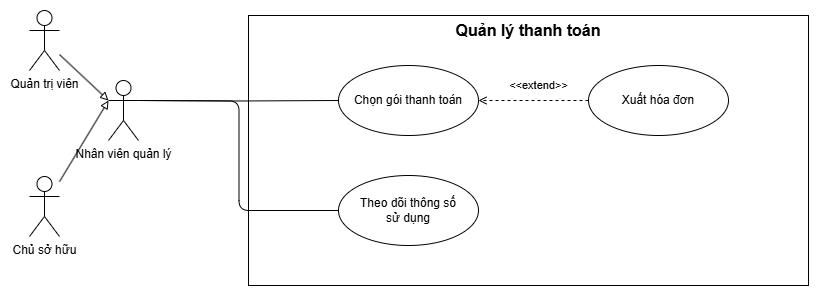
This is Dg_UC/quanlythanhtoan.png from DavidNguyen2212/DACN-TN_Chatbot_for_Enterprise, a draw.io export, as it was before one commit. Source tidied: cells renumbered, new cells last; positions are measured from the earlier drawing's top-left corner, leaving out a move shared by most shapes. Its diagram source:
```xml
<mxGraphModel>
  <root>
    <mxCell id="0" />
    <mxCell id="1" parent="0" />
    <mxCell id="2" style="rounded=0;whiteSpace=wrap;html=1;" parent="1" vertex="1">
      <mxGeometry x="219" y="5" width="560" height="270" as="geometry" />
    </mxCell>
    <mxCell id="3" style="edgeStyle=orthogonalEdgeStyle;rounded=1;jettySize=auto;html=1;entryX=0;entryY=0.5;entryDx=0;entryDy=0;endArrow=none;endFill=0;curved=0;" parent="1" edge="1" target="6">
      <mxGeometry relative="1" as="geometry">
        <mxPoint x="109" y="90" as="sourcePoint" />
      </mxGeometry>
    </mxCell>
    <mxCell id="4" style="edgeStyle=orthogonalEdgeStyle;rounded=1;jettySize=auto;html=1;entryX=0;entryY=0.5;entryDx=0;entryDy=0;endArrow=none;endFill=0;curved=0;" parent="1" edge="1" target="9">
      <mxGeometry relative="1" as="geometry">
        <mxPoint x="109" y="90" as="sourcePoint" />
      </mxGeometry>
    </mxCell>
    <mxCell id="5" value="&lt;span style=&quot;font-size: 16px;&quot;&gt;&lt;b&gt;Quản lý thanh toán&lt;/b&gt;&lt;/span&gt;" style="text;html=1;align=center;verticalAlign=middle;whiteSpace=wrap;rounded=0;" parent="1" vertex="1">
      <mxGeometry x="359" y="5" width="280" height="30" as="geometry" />
    </mxCell>
    <mxCell id="6" value="Chọn gói thanh toán" style="ellipse;whiteSpace=wrap;html=1;" parent="1" vertex="1">
      <mxGeometry x="309" y="55" width="140" height="70" as="geometry" />
    </mxCell>
    <mxCell id="7" value="&amp;lt;&amp;lt;extend&amp;gt;&amp;gt;" style="edgeStyle=orthogonalEdgeStyle;rounded=0;jettySize=auto;html=1;entryX=1;entryY=0.5;entryDx=0;entryDy=0;endArrow=open;endFill=0;dashed=1;" parent="1" edge="1" source="8" target="6">
      <mxGeometry x="-0.09" y="-15" relative="1" as="geometry" />
    </mxCell>
    <mxCell id="8" value="Xuất hóa đơn" style="ellipse;whiteSpace=wrap;html=1;" parent="1" vertex="1">
      <mxGeometry x="559" y="55" width="140" height="70" as="geometry" />
    </mxCell>
    <mxCell id="9" value="Theo dõi thông số&lt;div&gt;sử dụng&lt;/div&gt;" style="ellipse;whiteSpace=wrap;html=1;" parent="1" vertex="1">
      <mxGeometry x="309" y="165" width="140" height="70" as="geometry" />
    </mxCell>
    <mxCell id="10" value="Nhân viên quản lý" style="shape=umlActor;verticalLabelPosition=bottom;verticalAlign=top;html=1;outlineConnect=0;" parent="1" vertex="1">
      <mxGeometry x="79" y="70" width="30" height="60" as="geometry" />
    </mxCell>
    <mxCell id="11" value="Quản trị viên" style="shape=umlActor;verticalLabelPosition=bottom;verticalAlign=top;html=1;outlineConnect=0;" parent="1" vertex="1">
      <mxGeometry width="30" height="60" as="geometry" />
    </mxCell>
    <mxCell id="12" value="Chủ sở hữu" style="shape=umlActor;verticalLabelPosition=bottom;verticalAlign=top;html=1;outlineConnect=0;" parent="1" vertex="1">
      <mxGeometry y="166" width="30" height="60" as="geometry" />
    </mxCell>
    <mxCell id="13" style="rounded=0;jettySize=auto;html=1;entryX=0;entryY=0.3333333333333333;entryDx=0;entryDy=0;entryPerimeter=0;endArrow=block;endFill=0;" parent="1" edge="1" source="11" target="10">
      <mxGeometry relative="1" as="geometry" />
    </mxCell>
    <mxCell id="14" style="rounded=0;jettySize=auto;html=1;entryX=0;entryY=0.3333333333333333;entryDx=0;entryDy=0;entryPerimeter=0;endArrow=block;endFill=0;" parent="1" edge="1" source="12" target="10">
      <mxGeometry relative="1" as="geometry" />
    </mxCell>
  </root>
</mxGraphModel>
```
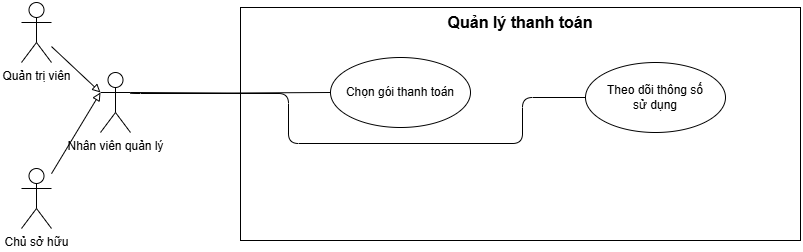
The same diagram one commit later.

The edit, as a diff of the source:
```diff
@@ -3,7 +3,7 @@
     <mxCell id="0" />
     <mxCell id="1" parent="0" />
     <mxCell id="2" style="rounded=0;whiteSpace=wrap;html=1;" parent="1" vertex="1">
-      <mxGeometry x="219" y="5" width="560" height="270" as="geometry" />
+      <mxGeometry x="219" y="5" width="560" height="233" as="geometry" />
     </mxCell>
     <mxCell id="3" style="edgeStyle=orthogonalEdgeStyle;rounded=1;jettySize=auto;html=1;entryX=0;entryY=0.5;entryDx=0;entryDy=0;endArrow=none;endFill=0;curved=0;" parent="1" edge="1" target="6">
       <mxGeometry relative="1" as="geometry">
@@ -13,6 +13,13 @@
     <mxCell id="4" style="edgeStyle=orthogonalEdgeStyle;rounded=1;jettySize=auto;html=1;entryX=0;entryY=0.5;entryDx=0;entryDy=0;endArrow=none;endFill=0;curved=0;" parent="1" edge="1" target="9">
       <mxGeometry relative="1" as="geometry">
         <mxPoint x="109" y="90" as="sourcePoint" />
+        <Array as="points">
+          <mxPoint x="109" y="91" />
+          <mxPoint x="267" y="91" />
+          <mxPoint x="267" y="141" />
+          <mxPoint x="501" y="141" />
+          <mxPoint x="501" y="95" />
+        </Array>
       </mxGeometry>
     </mxCell>
     <mxCell id="5" value="&lt;span style=&quot;font-size: 16px;&quot;&gt;&lt;b&gt;Quản lý thanh toán&lt;/b&gt;&lt;/span&gt;" style="text;html=1;align=center;verticalAlign=middle;whiteSpace=wrap;rounded=0;" parent="1" vertex="1">
@@ -21,14 +28,8 @@
     <mxCell id="6" value="Chọn gói thanh toán" style="ellipse;whiteSpace=wrap;html=1;" parent="1" vertex="1">
       <mxGeometry x="309" y="55" width="140" height="70" as="geometry" />
     </mxCell>
-    <mxCell id="7" value="&amp;lt;&amp;lt;extend&amp;gt;&amp;gt;" style="edgeStyle=orthogonalEdgeStyle;rounded=0;jettySize=auto;html=1;entryX=1;entryY=0.5;entryDx=0;entryDy=0;endArrow=open;endFill=0;dashed=1;" parent="1" edge="1" source="8" target="6">
-      <mxGeometry x="-0.09" y="-15" relative="1" as="geometry" />
-    </mxCell>
-    <mxCell id="8" value="Xuất hóa đơn" style="ellipse;whiteSpace=wrap;html=1;" parent="1" vertex="1">
-      <mxGeometry x="559" y="55" width="140" height="70" as="geometry" />
-    </mxCell>
     <mxCell id="9" value="Theo dõi thông số&lt;div&gt;sử dụng&lt;/div&gt;" style="ellipse;whiteSpace=wrap;html=1;" parent="1" vertex="1">
-      <mxGeometry x="309" y="165" width="140" height="70" as="geometry" />
+      <mxGeometry x="564" y="60" width="140" height="70" as="geometry" />
     </mxCell>
     <mxCell id="10" value="Nhân viên quản lý" style="shape=umlActor;verticalLabelPosition=bottom;verticalAlign=top;html=1;outlineConnect=0;" parent="1" vertex="1">
       <mxGeometry x="79" y="70" width="30" height="60" as="geometry" />
```
